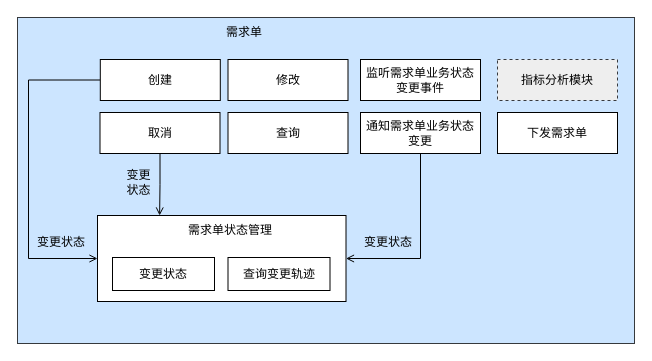
Earlier version of the draw.io diagram page "Copy of Copy of Page-28" (31 of 36) of docs/自营重构.drawio (lokiworks/codebase). Source tidied: cells renumbered, new cells numbered last; positions are measured from the earlier drawing's top-left corner, leaving out a move shared by most shapes. Both pictures are drawn from the tidied source at 100%, with x=0, y=0 at pixel (17, 17).
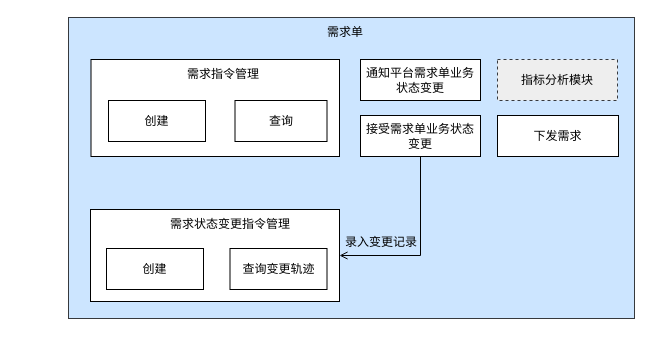
The same diagram, later.

Diff of the diagram source:
```diff
@@
     <mxCell id="2" style="rounded=0;whiteSpace=wrap;html=1;fillColor=#cce5ff;strokeColor=#36393d;" parent="1" vertex="1">
-      <mxGeometry width="617" height="326" as="geometry" />
+      <mxGeometry x="51" width="566" height="301" as="geometry" />
     </mxCell>
-    <mxCell id="3" style="edgeStyle=orthogonalEdgeStyle;rounded=0;jettySize=auto;html=1;exitX=0.5;exitY=1;exitDx=0;exitDy=0;entryX=0.25;entryY=0;entryDx=0;entryDy=0;fontColor=#000000;startArrow=none;startFill=0;endArrow=open;endFill=0;strokeColor=#000000;" parent="1" edge="1" source="4" target="10">
-      <mxGeometry relative="1" as="geometry" />
-    </mxCell>
-    <mxCell id="4" value="取消" style="rounded=0;whiteSpace=wrap;html=1;" parent="1" vertex="1">
-      <mxGeometry x="82.5" y="95" width="120" height="41" as="geometry" />
-    </mxCell>
+    <mxCell id="22" style="rounded=0;whiteSpace=wrap;html=1;" parent="1" vertex="1">
+      <mxGeometry x="73.5" y="42" width="248.5" height="97" as="geometry" />
+    </mxCell>
     <mxCell id="5" value="查询" style="rounded=0;whiteSpace=wrap;html=1;" parent="1" vertex="1">
-      <mxGeometry x="210.5" y="95" width="120" height="41" as="geometry" />
+      <mxGeometry x="217.5" y="83" width="92" height="41" as="geometry" />
     </mxCell>
-    <mxCell id="6" value="修改" style="rounded=0;whiteSpace=wrap;html=1;" parent="1" vertex="1">
-      <mxGeometry x="210.5" y="42" width="120" height="41" as="geometry" />
-    </mxCell>
-    <mxCell id="7" style="edgeStyle=orthogonalEdgeStyle;rounded=0;jettySize=auto;html=1;entryX=0;entryY=0.5;entryDx=0;entryDy=0;fontColor=#000000;startArrow=none;startFill=0;endArrow=open;endFill=0;strokeColor=#000000;" parent="1" edge="1" source="8" target="10">
-      <mxGeometry relative="1" as="geometry">
-        <Array as="points">
-          <mxPoint x="11" y="63" />
-          <mxPoint x="11" y="241" />
-        </Array>
-      </mxGeometry>
-    </mxCell>
     <mxCell id="8" value="创建" style="rounded=0;whiteSpace=wrap;html=1;" parent="1" vertex="1">
-      <mxGeometry x="82.8" y="42" width="120" height="41" as="geometry" />
+      <mxGeometry x="91" y="83" width="97" height="41" as="geometry" />
     </mxCell>
     <mxCell id="9" value="需求单" style="text;html=1;align=center;verticalAlign=middle;whiteSpace=wrap;rounded=0;" parent="1" vertex="1">
-      <mxGeometry x="197" width="60" height="30" as="geometry" />
+      <mxGeometry x="298" width="60" height="30" as="geometry" />
     </mxCell>
     <mxCell id="10" style="rounded=0;whiteSpace=wrap;html=1;" parent="1" vertex="1">
-      <mxGeometry x="80" y="198" width="248.5" height="86" as="geometry" />
+      <mxGeometry x="73" y="192" width="249" height="92" as="geometry" />
     </mxCell>
-    <mxCell id="11" value="变更状态" style="text;html=1;strokeColor=none;fillColor=none;align=center;verticalAlign=middle;whiteSpace=wrap;rounded=0;fontColor=#000000;" parent="1" vertex="1">
-      <mxGeometry x="17" y="210" width="54" height="30" as="geometry" />
-    </mxCell>
-    <mxCell id="12" value="变更状态" style="text;html=1;strokeColor=none;fillColor=none;align=center;verticalAlign=middle;whiteSpace=wrap;rounded=0;fontColor=#000000;" parent="1" vertex="1">
-      <mxGeometry x="107" y="150" width="29" height="30" as="geometry" />
-    </mxCell>
@@
-    <mxCell id="14" value="变更状态" style="text;html=1;strokeColor=none;fillColor=none;align=center;verticalAlign=middle;whiteSpace=wrap;rounded=0;fontColor=#000000;" parent="1" vertex="1">
-      <mxGeometry x="341" y="210" width="60" height="30" as="geometry" />
+    <mxCell id="14" value="录入变更记录" style="text;html=1;strokeColor=none;fillColor=none;align=center;verticalAlign=middle;whiteSpace=wrap;rounded=0;fontColor=#000000;" parent="1" vertex="1">
+      <mxGeometry x="327" y="210" width="74" height="30" as="geometry" />
     </mxCell>
-    <mxCell id="15" value="通知需求单业务状态变更" style="rounded=0;whiteSpace=wrap;html=1;" parent="1" vertex="1">
-      <mxGeometry x="343" y="95" width="120" height="41" as="geometry" />
+    <mxCell id="15" value="接受需求单业务状态变更" style="rounded=0;whiteSpace=wrap;html=1;" parent="1" vertex="1">
+      <mxGeometry x="343" y="98" width="120" height="41" as="geometry" />
     </mxCell>
-    <mxCell id="16" value="需求单状态管理" style="text;html=1;strokeColor=none;fillColor=none;align=center;verticalAlign=middle;whiteSpace=wrap;rounded=0;fontColor=#000000;" parent="1" vertex="1">
-      <mxGeometry x="166" y="198" width="94" height="30" as="geometry" />
+    <mxCell id="16" value="需求状态变更指令管理" style="text;html=1;strokeColor=none;fillColor=none;align=center;verticalAlign=middle;whiteSpace=wrap;rounded=0;fontColor=#000000;" parent="1" vertex="1">
+      <mxGeometry x="144" y="192" width="138" height="30" as="geometry" />
     </mxCell>
-    <mxCell id="17" value="变更状态" style="rounded=0;whiteSpace=wrap;html=1;" parent="1" vertex="1">
-      <mxGeometry x="95" y="240" width="102" height="33" as="geometry" />
-    </mxCell>
-    <mxCell id="18" value="查询变更轨迹" style="rounded=0;whiteSpace=wrap;html=1;" parent="1" vertex="1">
-      <mxGeometry x="210.5" y="240" width="102" height="33" as="geometry" />
-    </mxCell>
@@
-    <mxCell id="20" value="监听需求单业务状态变更事件" style="rounded=0;whiteSpace=wrap;html=1;" parent="1" vertex="1">
+    <mxCell id="20" value="通知平台需求单业务状态变更" style="rounded=0;whiteSpace=wrap;html=1;" parent="1" vertex="1">
       <mxGeometry x="343" y="42" width="120" height="41" as="geometry" />
     </mxCell>
-    <mxCell id="21" value="下发需求单" style="rounded=0;whiteSpace=wrap;html=1;" parent="1" vertex="1">
-      <mxGeometry x="480" y="95" width="120" height="41" as="geometry" />
-    </mxCell>
+    <mxCell id="23" value="需求指令管理" style="text;html=1;strokeColor=none;fillColor=none;align=center;verticalAlign=middle;whiteSpace=wrap;rounded=0;fontColor=#000000;" parent="1" vertex="1">
+      <mxGeometry x="159" y="42" width="94" height="30" as="geometry" />
+    </mxCell>
+    <mxCell id="24" value="创建" style="rounded=0;whiteSpace=wrap;html=1;" parent="1" vertex="1">
+      <mxGeometry x="89" y="231" width="97" height="41" as="geometry" />
+    </mxCell>
+    <mxCell id="18" value="查询变更轨迹" style="rounded=0;whiteSpace=wrap;html=1;" parent="1" vertex="1">
+      <mxGeometry x="212.5" y="231" width="97" height="41" as="geometry" />
+    </mxCell>
+    <mxCell id="25" value="下发需求" style="rounded=0;whiteSpace=wrap;html=1;" parent="1" vertex="1">
+      <mxGeometry x="480" y="98" width="121" height="41" as="geometry" />
+    </mxCell>
```
